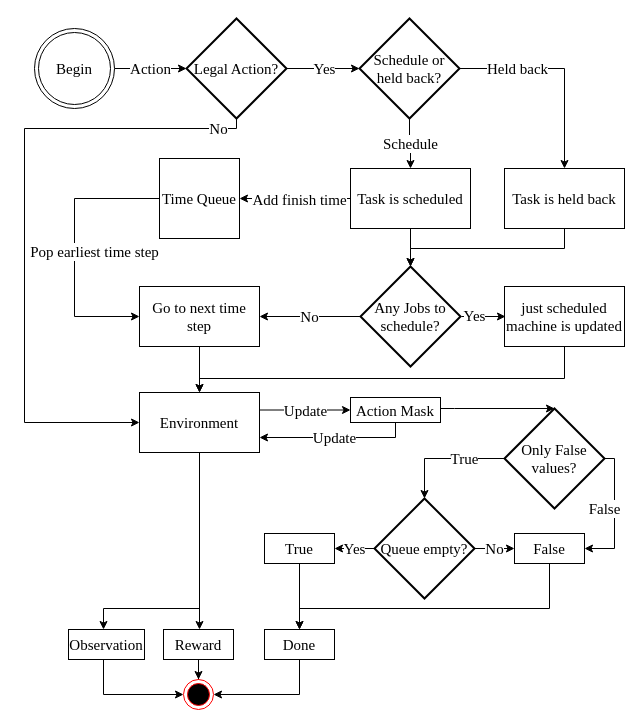
felixstillger/draw_io keeps this draw.io diagram as environment.drawio. Above is the earlier version. Source tidied: cells renumbered, new cells numbered last; positions are measured from the earlier drawing's top-left corner, leaving out a move shared by most shapes. Both pictures are drawn from the tidied source at 100%, with x=0, y=0 at pixel (24, 18). Pictures stored in the file or linked from it are replaced by grey dashed boxes.
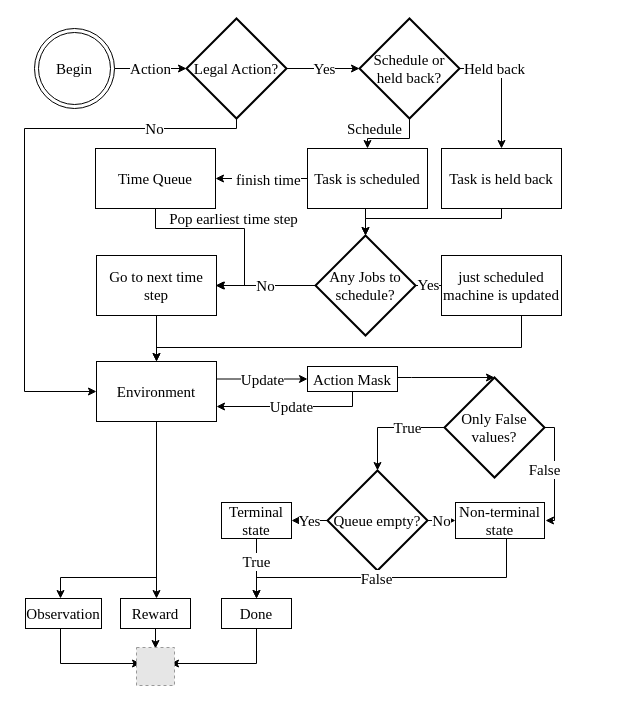
The same diagram, later.

Unchanged cells that the change refers to:
```xml
<mxCell id="6" value="Legal Action?" style="strokeWidth=2;html=1;shape=mxgraph.flowchart.decision;whiteSpace=wrap;fontFamily=Times New Roman;fontSize=15;" parent="1" vertex="1">
  <mxGeometry x="162" width="100" height="100" as="geometry" />
</mxCell>
<mxCell id="31" value="Schedule or held back?" style="strokeWidth=2;html=1;shape=mxgraph.flowchart.decision;whiteSpace=wrap;fontFamily=Times New Roman;fontSize=15;" parent="1" vertex="1">
  <mxGeometry x="335" width="100" height="100" as="geometry" />
</mxCell>
```

Change to the diagram source:
```diff
@@
-    <mxCell id="5" value="No" style="edgeStyle=orthogonalEdgeStyle;rounded=0;jettySize=auto;html=1;fontFamily=Times New Roman;fontSize=15;" parent="1" edge="1" source="6" target="10">
-      <mxGeometry x="-0.91" relative="1" as="geometry">
+    <mxCell id="5" value="No" style="edgeStyle=orthogonalEdgeStyle;rounded=0;orthogonalLoop=1;jettySize=auto;html=1;fontFamily=Times New Roman;fontSize=15;" parent="1" edge="1">
+      <mxGeometry x="-0.67" relative="1" as="geometry">
+        <mxPoint x="212" y="100" as="sourcePoint" />
+        <mxPoint x="72" y="373" as="targetPoint" />
         <Array as="points">
           <mxPoint x="212" y="110" />
           <mxPoint y="110" />
-          <mxPoint y="404" />
+          <mxPoint y="373" />
         </Array>
       </mxGeometry>
     </mxCell>
@@
     <mxCell id="7" value="Update" style="edgeStyle=orthogonalEdgeStyle;rounded=0;jettySize=auto;html=1;entryX=0;entryY=0.5;entryDx=0;entryDy=0;fontFamily=Times New Roman;fontSize=15;" parent="1" edge="1" source="10" target="21">
       <mxGeometry relative="1" as="geometry">
         <Array as="points">
-          <mxPoint x="281" y="392" />
+          <mxPoint x="238" y="361" />
         </Array>
       </mxGeometry>
     </mxCell>
     <mxCell id="8" style="edgeStyle=orthogonalEdgeStyle;rounded=0;jettySize=auto;html=1;fontFamily=Times New Roman;fontSize=15;" parent="1" edge="1" source="10" target="18">
       <mxGeometry relative="1" as="geometry">
         <Array as="points">
-          <mxPoint x="175" y="559" />
-          <mxPoint x="175" y="559" />
+          <mxPoint x="132" y="528" />
+          <mxPoint x="132" y="528" />
         </Array>
       </mxGeometry>
     </mxCell>
     <mxCell id="9" style="edgeStyle=orthogonalEdgeStyle;rounded=0;jettySize=auto;html=1;fontFamily=Times New Roman;fontSize=15;" parent="1" edge="1" target="16">
       <mxGeometry relative="1" as="geometry">
-        <mxPoint x="175" y="434" as="sourcePoint" />
+        <mxPoint x="132" y="403" as="sourcePoint" />
         <Array as="points">
-          <mxPoint x="175" y="590" />
-          <mxPoint x="79" y="590" />
+          <mxPoint x="132" y="559" />
+          <mxPoint x="36" y="559" />
         </Array>
       </mxGeometry>
     </mxCell>
     <mxCell id="10" value="Environment" style="rounded=0;whiteSpace=wrap;html=1;fontFamily=Times New Roman;fontSize=15;" parent="1" vertex="1">
-      <mxGeometry x="115" y="374" width="120" height="60" as="geometry" />
+      <mxGeometry x="72" y="343" width="120" height="60" as="geometry" />
     </mxCell>
-    <mxCell id="11" style="edgeStyle=orthogonalEdgeStyle;rounded=0;jettySize=auto;html=1;fontFamily=Times New Roman;fontSize=15;" parent="1" edge="1" source="14" target="35">
+    <mxCell id="11" style="edgeStyle=orthogonalEdgeStyle;rounded=0;jettySize=auto;html=1;fontFamily=Times New Roman;fontSize=15;entryX=1;entryY=0.5;entryDx=0;entryDy=0;" parent="1" edge="1" source="14" target="35">
       <mxGeometry relative="1" as="geometry" />
     </mxCell>
-    <mxCell id="12" value="Add finish time" style="edgeLabel;html=1;align=center;verticalAlign=middle;fontSize=15;fontFamily=Times New Roman;" parent="11" vertex="1">
+    <mxCell id="12" value="&amp;nbsp;finish time" style="edgeLabel;html=1;align=center;verticalAlign=middle;fontSize=15;fontFamily=Times New Roman;" parent="11" vertex="1">
       <mxGeometry x="0.45" relative="1" as="geometry">
-        <mxPoint x="28" as="offset" />
+        <mxPoint x="25" as="offset" />
       </mxGeometry>
     </mxCell>
-    <mxCell id="13" style="edgeStyle=orthogonalEdgeStyle;rounded=0;jettySize=auto;html=1;entryX=0.5;entryY=0;entryDx=0;entryDy=0;entryPerimeter=0;fontFamily=Times New Roman;fontSize=15;" parent="1" edge="1" source="14" target="24">
+    <mxCell id="13" style="edgeStyle=orthogonalEdgeStyle;rounded=0;jettySize=auto;html=1;entryX=0.5;entryY=0;entryDx=0;entryDy=0;entryPerimeter=0;" parent="1" edge="1" source="14" target="24">
       <mxGeometry relative="1" as="geometry">
         <Array as="points">
-          <mxPoint x="386" y="230" />
-          <mxPoint x="386" y="230" />
+          <mxPoint x="341" y="200" />
+          <mxPoint x="341" y="200" />
         </Array>
       </mxGeometry>
     </mxCell>
     <mxCell id="14" value="Task is scheduled" style="rounded=0;whiteSpace=wrap;html=1;fontFamily=Times New Roman;fontSize=15;" parent="1" vertex="1">
-      <mxGeometry x="326" y="150" width="120" height="60" as="geometry" />
+      <mxGeometry x="283" y="130" width="120" height="60" as="geometry" />
     </mxCell>
-    <mxCell id="15" style="edgeStyle=orthogonalEdgeStyle;rounded=0;jettySize=auto;html=1;fontFamily=Times New Roman;fontSize=15;" parent="1" edge="1" source="16" target="45">
+    <mxCell id="15" style="edgeStyle=orthogonalEdgeStyle;rounded=0;jettySize=auto;html=1;fontFamily=Times New Roman;fontSize=15;" parent="1" edge="1" source="16">
       <mxGeometry relative="1" as="geometry">
+        <mxPoint x="116" y="645" as="targetPoint" />
         <Array as="points">
-          <mxPoint x="79" y="676" />
+          <mxPoint x="36" y="645" />
         </Array>
       </mxGeometry>
     </mxCell>
     <mxCell id="16" value="Observation" style="rounded=0;whiteSpace=wrap;html=1;fontFamily=Times New Roman;fontSize=15;" parent="1" vertex="1">
-      <mxGeometry x="44" y="611" width="76" height="30" as="geometry" />
+      <mxGeometry x="1" y="580" width="76" height="30" as="geometry" />
     </mxCell>
-    <mxCell id="17" style="edgeStyle=orthogonalEdgeStyle;rounded=0;jettySize=auto;html=1;entryX=0.5;entryY=0;entryDx=0;entryDy=0;fontFamily=Times New Roman;fontSize=15;" parent="1" edge="1" source="18" target="45">
-      <mxGeometry relative="1" as="geometry" />
+    <mxCell id="17" style="edgeStyle=orthogonalEdgeStyle;rounded=0;jettySize=auto;html=1;entryX=0.5;entryY=0;entryDx=0;entryDy=0;fontFamily=Times New Roman;fontSize=15;" parent="1" edge="1" source="18">
+      <mxGeometry relative="1" as="geometry">
+        <mxPoint x="131" y="630" as="targetPoint" />
+      </mxGeometry>
     </mxCell>
     <mxCell id="18" value="Reward" style="rounded=0;whiteSpace=wrap;html=1;fontFamily=Times New Roman;fontSize=15;" parent="1" vertex="1">
-      <mxGeometry x="139" y="611" width="70" height="30" as="geometry" />
+      <mxGeometry x="96" y="580" width="70" height="30" as="geometry" />
     </mxCell>
     <mxCell id="19" value="Update" style="edgeStyle=orthogonalEdgeStyle;rounded=0;jettySize=auto;html=1;entryX=1;entryY=0.75;entryDx=0;entryDy=0;fontFamily=Times New Roman;fontSize=15;" parent="1" edge="1" source="21" target="10">
       <mxGeometry relative="1" as="geometry">
         <Array as="points">
-          <mxPoint x="371" y="419" />
+          <mxPoint x="328" y="388" />
         </Array>
       </mxGeometry>
     </mxCell>
     <mxCell id="20" style="edgeStyle=orthogonalEdgeStyle;rounded=0;jettySize=auto;html=1;entryX=0.5;entryY=0;entryDx=0;entryDy=0;entryPerimeter=0;fontFamily=Times New Roman;fontSize=15;" parent="1" edge="1" source="21" target="48">
       <mxGeometry relative="1" as="geometry">
         <Array as="points">
-          <mxPoint x="430" y="390" />
-          <mxPoint x="430" y="390" />
+          <mxPoint x="387" y="359" />
+          <mxPoint x="387" y="359" />
         </Array>
       </mxGeometry>
     </mxCell>
     <mxCell id="21" value="Action Mask" style="rounded=0;whiteSpace=wrap;html=1;fontFamily=Times New Roman;fontSize=15;" parent="1" vertex="1">
-      <mxGeometry x="326" y="379" width="90" height="25" as="geometry" />
+      <mxGeometry x="283" y="348" width="90" height="25" as="geometry" />
     </mxCell>
@@
     <mxCell id="23" value="Yes" style="edgeStyle=orthogonalEdgeStyle;rounded=0;orthogonalLoop=1;jettySize=auto;html=1;fontFamily=Times New Roman;fontSize=15;" parent="1" edge="1">
       <mxGeometry x="-0.41" y="1" relative="1" as="geometry">
-        <mxPoint x="437" y="298" as="sourcePoint" />
-        <mxPoint x="481" y="298" as="targetPoint" />
+        <mxPoint x="391" y="267" as="sourcePoint" />
+        <mxPoint x="435" y="267" as="targetPoint" />
       </mxGeometry>
     </mxCell>
     <mxCell id="24" value="Any Jobs to schedule?" style="strokeWidth=2;html=1;shape=mxgraph.flowchart.decision;whiteSpace=wrap;fontFamily=Times New Roman;fontSize=15;" parent="1" vertex="1">
-      <mxGeometry x="336" y="248" width="100" height="100" as="geometry" />
+      <mxGeometry x="291" y="217" width="100" height="100" as="geometry" />
     </mxCell>
@@
     <mxCell id="26" value="Go to next time step" style="rounded=0;whiteSpace=wrap;html=1;fontFamily=Times New Roman;fontSize=15;" parent="1" vertex="1">
-      <mxGeometry x="115" y="268" width="120" height="60" as="geometry" />
+      <mxGeometry x="72" y="237" width="120" height="60" as="geometry" />
     </mxCell>
     <mxCell id="27" style="edgeStyle=orthogonalEdgeStyle;rounded=0;jettySize=auto;html=1;fontFamily=Times New Roman;fontSize=15;" parent="1" edge="1" source="28" target="10">
       <mxGeometry relative="1" as="geometry">
         <Array as="points">
-          <mxPoint x="540" y="360" />
-          <mxPoint x="175" y="360" />
+          <mxPoint x="497" y="329" />
+          <mxPoint x="132" y="329" />
         </Array>
       </mxGeometry>
     </mxCell>
     <mxCell id="28" value="just scheduled machine is updated" style="rounded=0;whiteSpace=wrap;html=1;fontFamily=Times New Roman;fontSize=15;" parent="1" vertex="1">
-      <mxGeometry x="480" y="268" width="120" height="60" as="geometry" />
+      <mxGeometry x="417" y="237" width="120" height="60" as="geometry" />
     </mxCell>
     <mxCell id="29" value="Schedule" style="edgeStyle=orthogonalEdgeStyle;rounded=0;jettySize=auto;html=1;entryX=0.5;entryY=0;entryDx=0;entryDy=0;fontFamily=Times New Roman;fontSize=15;" parent="1" edge="1" source="31" target="14">
-      <mxGeometry relative="1" as="geometry" />
+      <mxGeometry x="0.53" y="-10" relative="1" as="geometry" />
     </mxCell>
     <mxCell id="30" value="Held back" style="edgeStyle=orthogonalEdgeStyle;rounded=0;jettySize=auto;html=1;entryX=0.5;entryY=0;entryDx=0;entryDy=0;fontFamily=Times New Roman;fontSize=15;" parent="1" edge="1" source="31" target="33">
-      <mxGeometry x="-0.43" relative="1" as="geometry" />
+      <mxGeometry x="-0.43" relative="1" as="geometry">
+        <Array as="points">
+          <mxPoint x="477" y="50" />
+        </Array>
+      </mxGeometry>
     </mxCell>
@@
-    <mxCell id="32" style="edgeStyle=orthogonalEdgeStyle;rounded=0;jettySize=auto;html=1;entryX=0.5;entryY=0;entryDx=0;entryDy=0;entryPerimeter=0;fontFamily=Times New Roman;fontSize=15;" parent="1" edge="1" source="33" target="24">
+    <mxCell id="32" style="edgeStyle=orthogonalEdgeStyle;rounded=0;jettySize=auto;html=1;entryX=0.5;entryY=0;entryDx=0;entryDy=0;entryPerimeter=0;" parent="1" edge="1" source="33" target="24">
       <mxGeometry relative="1" as="geometry">
         <Array as="points">
-          <mxPoint x="540" y="230" />
-          <mxPoint x="386" y="230" />
+          <mxPoint x="477" y="200" />
+          <mxPoint x="341" y="200" />
         </Array>
       </mxGeometry>
     </mxCell>
     <mxCell id="33" value="Task is held back" style="rounded=0;whiteSpace=wrap;html=1;fontFamily=Times New Roman;fontSize=15;" parent="1" vertex="1">
-      <mxGeometry x="480" y="150" width="120" height="60" as="geometry" />
+      <mxGeometry x="417" y="130" width="120" height="60" as="geometry" />
     </mxCell>
-    <mxCell id="34" value="&lt;span style=&quot;caret-color: rgb(0, 0, 0); color: rgb(0, 0, 0); font-family: &amp;quot;Times New Roman&amp;quot;; font-size: 15px; font-style: normal; font-variant-caps: normal; font-weight: 400; letter-spacing: normal; text-align: center; text-indent: 0px; text-transform: none; word-spacing: 0px; -webkit-text-stroke-width: 0px; background-color: rgb(255, 255, 255); text-decoration: none; float: none; display: inline !important;&quot;&gt;Pop earliest time step&lt;/span&gt;" style="edgeStyle=orthogonalEdgeStyle;rounded=0;jettySize=auto;html=1;entryX=0;entryY=0.5;entryDx=0;entryDy=0;fontFamily=Times New Roman;fontSize=15;" parent="1" edge="1" source="35" target="26">
-      <mxGeometry x="0.03" y="20" relative="1" as="geometry">
-        <Array as="points">
-          <mxPoint x="50" y="180" />
-          <mxPoint x="50" y="298" />
-        </Array>
-      </mxGeometry>
-    </mxCell>
-    <mxCell id="35" value="Time Queue" style="whiteSpace=wrap;html=1;fontFamily=Times New Roman;fontSize=15;" parent="1" vertex="1">
-      <mxGeometry x="135" y="140" width="80" height="80" as="geometry" />
-    </mxCell>
+    <mxCell id="37" value="No" style="edgeStyle=orthogonalEdgeStyle;rounded=0;jettySize=auto;html=1;entryX=0;entryY=0.5;entryDx=0;entryDy=0;fontFamily=Times New Roman;fontSize=15;" parent="1" edge="1" source="38" target="44">
+      <mxGeometry relative="1" as="geometry" />
+    </mxCell>
-    <mxCell id="36" value="Yes" style="edgeStyle=orthogonalEdgeStyle;rounded=0;jettySize=auto;html=1;entryX=1;entryY=0.5;entryDx=0;entryDy=0;fontFamily=Times New Roman;fontSize=15;" parent="1" edge="1" source="38" target="42">
+    <mxCell id="36" value="Yes" style="edgeStyle=orthogonalEdgeStyle;rounded=0;jettySize=auto;html=1;fontFamily=Times New Roman;fontSize=15;" parent="1" edge="1" source="38" target="42">
       <mxGeometry relative="1" as="geometry" />
     </mxCell>
-    <mxCell id="37" value="No" style="edgeStyle=orthogonalEdgeStyle;rounded=0;jettySize=auto;html=1;entryX=0;entryY=0.5;entryDx=0;entryDy=0;fontFamily=Times New Roman;fontSize=15;" parent="1" edge="1" source="38" target="44">
-      <mxGeometry relative="1" as="geometry" />
-    </mxCell>
     <mxCell id="38" value="Queue empty?" style="strokeWidth=2;html=1;shape=mxgraph.flowchart.decision;whiteSpace=wrap;fontFamily=Times New Roman;fontSize=15;" parent="1" vertex="1">
-      <mxGeometry x="350" y="480" width="100" height="100" as="geometry" />
+      <mxGeometry x="303" y="452" width="100" height="100" as="geometry" />
     </mxCell>
-    <mxCell id="39" style="edgeStyle=orthogonalEdgeStyle;rounded=0;jettySize=auto;html=1;entryX=1;entryY=0.5;entryDx=0;entryDy=0;fontFamily=Times New Roman;fontSize=15;" parent="1" edge="1" source="40" target="45">
+    <mxCell id="39" style="edgeStyle=orthogonalEdgeStyle;rounded=0;jettySize=auto;html=1;entryX=1;entryY=0.5;entryDx=0;entryDy=0;fontFamily=Times New Roman;fontSize=15;" parent="1" edge="1" source="40">
       <mxGeometry relative="1" as="geometry">
+        <mxPoint x="146" y="645" as="targetPoint" />
         <Array as="points">
-          <mxPoint x="275" y="676" />
+          <mxPoint x="232" y="645" />
         </Array>
       </mxGeometry>
     </mxCell>
     <mxCell id="40" value="Done" style="rounded=0;whiteSpace=wrap;html=1;fontFamily=Times New Roman;fontSize=15;" parent="1" vertex="1">
-      <mxGeometry x="240" y="611" width="70" height="30" as="geometry" />
+      <mxGeometry x="197" y="580" width="70" height="30" as="geometry" />
     </mxCell>
-    <mxCell id="41" style="edgeStyle=orthogonalEdgeStyle;rounded=0;jettySize=auto;html=1;fontFamily=Times New Roman;fontSize=15;" parent="1" edge="1" source="42" target="40">
-      <mxGeometry relative="1" as="geometry" />
+    <mxCell id="41" value="True" style="edgeStyle=orthogonalEdgeStyle;rounded=0;jettySize=auto;html=1;fontFamily=Times New Roman;fontSize=15;" parent="1" edge="1" source="42" target="40">
+      <mxGeometry x="-0.24" relative="1" as="geometry" />
     </mxCell>
-    <mxCell id="42" value="True" style="rounded=0;whiteSpace=wrap;html=1;fontFamily=Times New Roman;fontSize=15;" parent="1" vertex="1">
-      <mxGeometry x="240" y="515" width="70" height="30" as="geometry" />
+    <mxCell id="42" value="Terminal state" style="rounded=0;whiteSpace=wrap;html=1;fontFamily=Times New Roman;fontSize=15;" parent="1" vertex="1">
+      <mxGeometry x="197" y="484" width="70" height="36" as="geometry" />
     </mxCell>
-    <mxCell id="43" style="edgeStyle=orthogonalEdgeStyle;rounded=0;jettySize=auto;html=1;entryX=0.5;entryY=0;entryDx=0;entryDy=0;fontFamily=Times New Roman;fontSize=15;" parent="1" edge="1" source="44" target="40">
-      <mxGeometry relative="1" as="geometry">
+    <mxCell id="43" value="False" style="edgeStyle=orthogonalEdgeStyle;rounded=0;orthogonalLoop=1;jettySize=auto;html=1;entryX=0.5;entryY=0;entryDx=0;entryDy=0;fontFamily=Times New Roman;fontSize=15;" parent="1" edge="1">
+      <mxGeometry x="0.11" y="1" relative="1" as="geometry">
+        <mxPoint x="482" y="514" as="sourcePoint" />
+        <mxPoint x="232" y="580" as="targetPoint" />
         <Array as="points">
-          <mxPoint x="525" y="590" />
-          <mxPoint x="275" y="590" />
+          <mxPoint x="482" y="559" />
+          <mxPoint x="232" y="559" />
         </Array>
       </mxGeometry>
     </mxCell>
-    <mxCell id="44" value="False" style="rounded=0;whiteSpace=wrap;html=1;fontFamily=Times New Roman;fontSize=15;" parent="1" vertex="1">
-      <mxGeometry x="490" y="515" width="70" height="30" as="geometry" />
+    <mxCell id="44" value="Non-terminal state" style="rounded=0;whiteSpace=wrap;html=1;fontFamily=Times New Roman;fontSize=15;" parent="1" vertex="1">
+      <mxGeometry x="431" y="484" width="89" height="36" as="geometry" />
     </mxCell>
-    <mxCell id="45" style="ellipse;html=1;shape=endState;fillColor=#000000;strokeColor=#ff0000;fontFamily=Times New Roman;fontSize=15;" parent="1" vertex="1">
-      <mxGeometry x="159" y="661" width="30" height="30" as="geometry" />
-    </mxCell>
@@
-    <mxCell id="47" value="False" style="edgeStyle=orthogonalEdgeStyle;rounded=0;jettySize=auto;html=1;entryX=1;entryY=0.5;entryDx=0;entryDy=0;fontFamily=Times New Roman;fontSize=15;" parent="1" edge="1" source="48" target="44">
+    <mxCell id="47" value="False" style="edgeStyle=orthogonalEdgeStyle;rounded=0;jettySize=auto;html=1;fontFamily=Times New Roman;fontSize=15;" parent="1" edge="1" source="48">
       <mxGeometry x="-0.08" y="-10" relative="1" as="geometry">
+        <mxPoint x="521" y="502" as="targetPoint" />
         <Array as="points">
-          <mxPoint x="590" y="440" />
-          <mxPoint x="590" y="530" />
+          <mxPoint x="530" y="409" />
+          <mxPoint x="530" y="502" />
         </Array>
       </mxGeometry>
     </mxCell>
     <mxCell id="48" value="Only False values?" style="strokeWidth=2;html=1;shape=mxgraph.flowchart.decision;whiteSpace=wrap;fontFamily=Times New Roman;fontSize=15;" parent="1" vertex="1">
-      <mxGeometry x="480" y="390" width="100" height="100" as="geometry" />
+      <mxGeometry x="420" y="359" width="100" height="100" as="geometry" />
     </mxCell>
+    <mxCell id="49" style="fillColor=#E6E6E6;strokeColor=#999999;dashed=1;html=1;verticalAlign=top;verticalLabelPosition=bottom;labelBackgroundColor=#ffffff;fontFamily=Times New Roman;fontSize=15;" parent="1" vertex="1">
+      <mxGeometry x="112" y="629" width="38" height="38" as="geometry" />
+    </mxCell>
+    <mxCell id="34" value="&lt;span style=&quot;caret-color: rgb(0, 0, 0); color: rgb(0, 0, 0); font-family: &amp;quot;Times New Roman&amp;quot;; font-size: 15px; font-style: normal; font-variant-caps: normal; font-weight: 400; letter-spacing: normal; text-align: center; text-indent: 0px; text-transform: none; word-spacing: 0px; -webkit-text-stroke-width: 0px; background-color: rgb(255, 255, 255); text-decoration: none; float: none; display: inline !important;&quot;&gt;Pop earliest time step&lt;/span&gt;" style="edgeStyle=orthogonalEdgeStyle;rounded=0;jettySize=auto;html=1;" parent="1" edge="1" source="35">
+      <mxGeometry x="0.01" y="10" relative="1" as="geometry">
+        <mxPoint x="191" y="267" as="targetPoint" />
+        <Array as="points">
+          <mxPoint x="131" y="210" />
+          <mxPoint x="220" y="210" />
+          <mxPoint x="220" y="267" />
+        </Array>
+      </mxGeometry>
+    </mxCell>
+    <mxCell id="35" value="Time Queue" style="rounded=0;whiteSpace=wrap;html=1;fontFamily=Times New Roman;fontSize=15;" parent="1" vertex="1">
+      <mxGeometry x="71" y="130" width="120" height="60" as="geometry" />
+    </mxCell>
```
